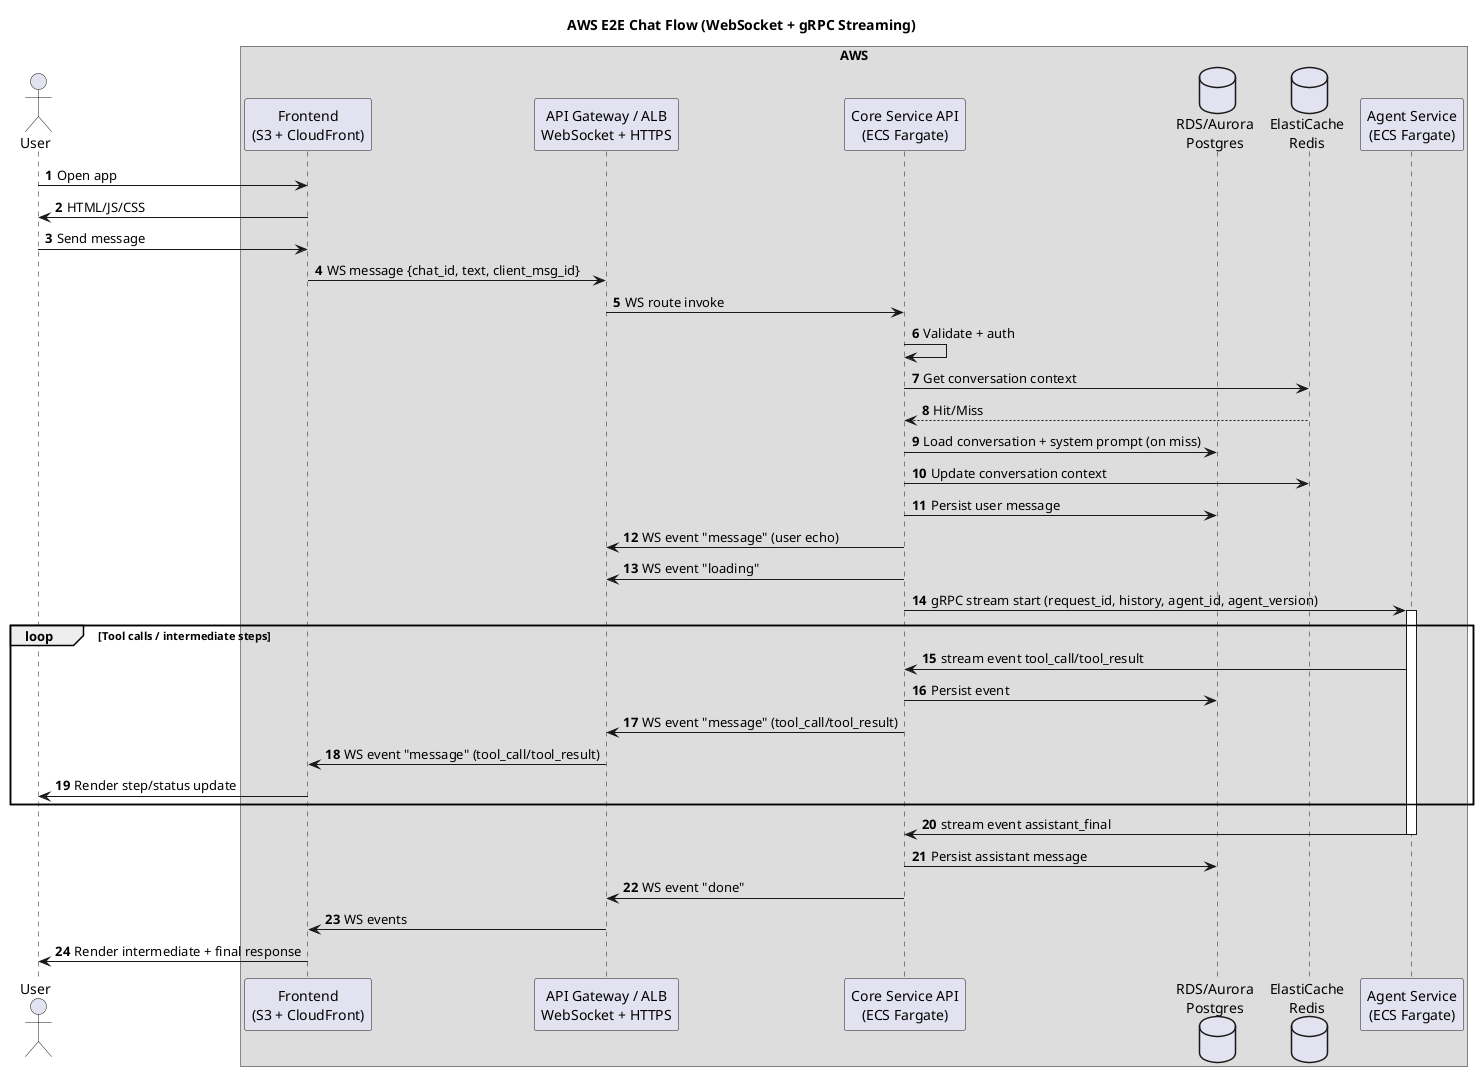
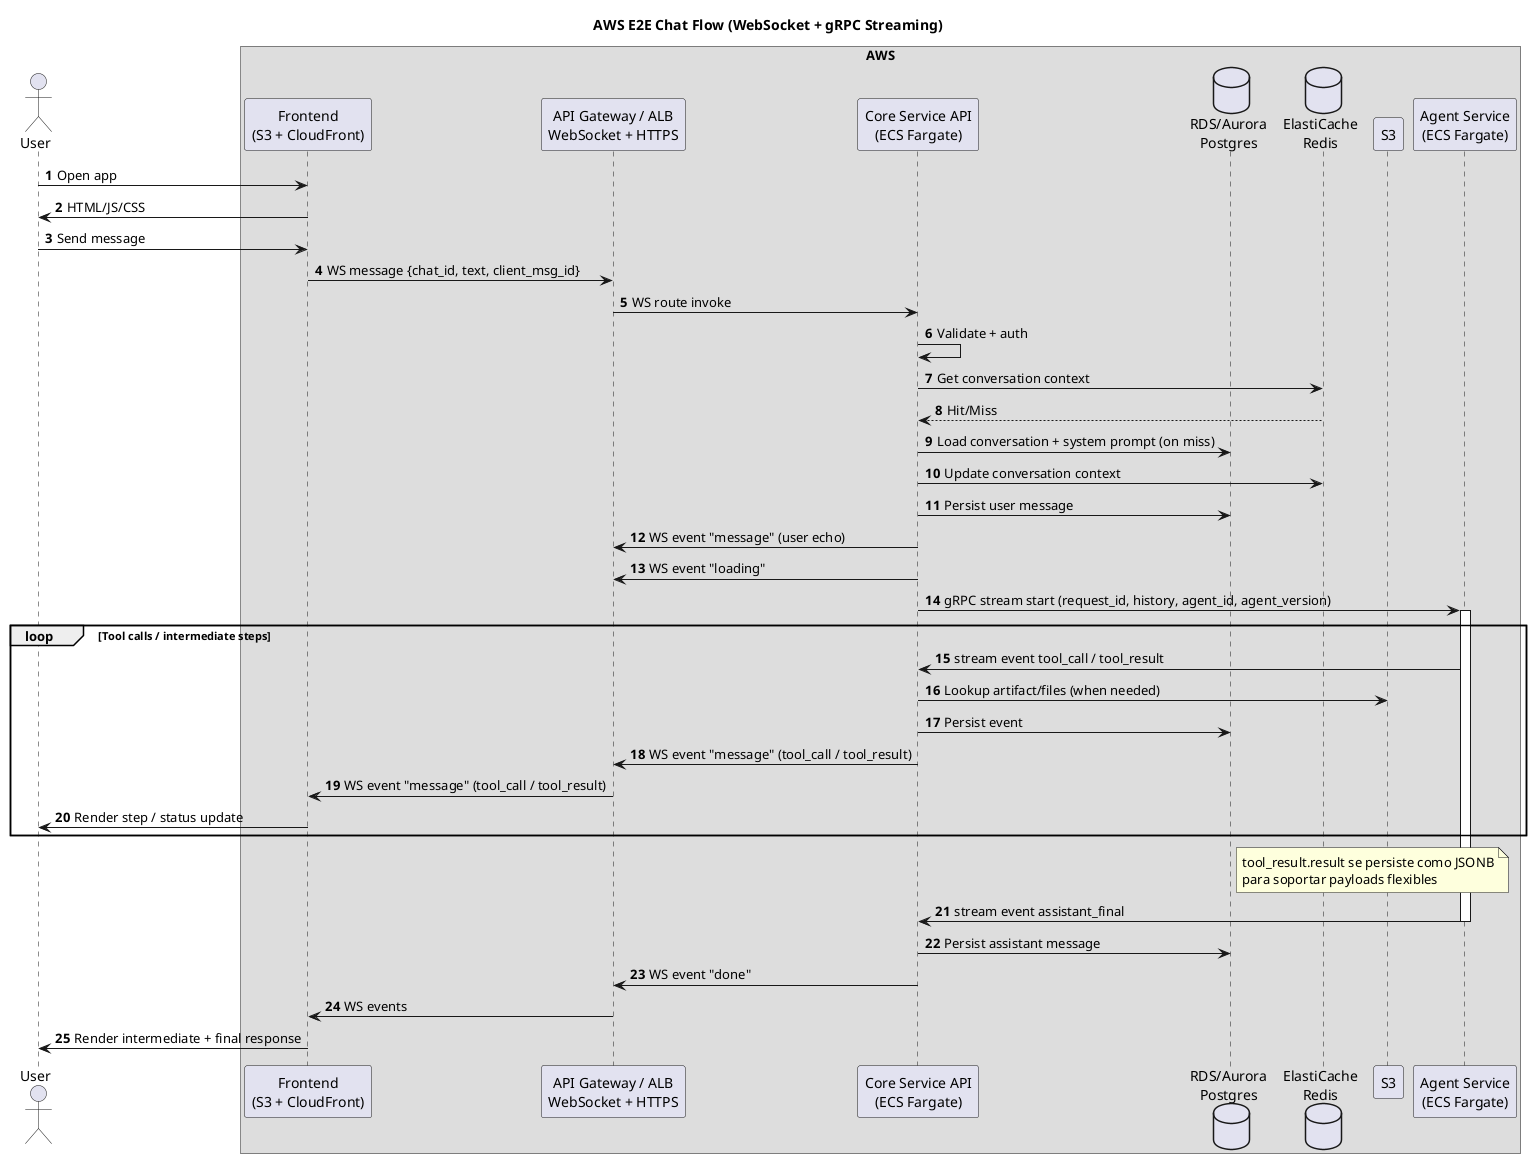
@startuml
title AWS E2E Chat Flow (WebSocket + gRPC Streaming)
autonumber

actor User
+ 
box "AWS"
participant "Frontend\n(S3 + CloudFront)" as FE
participant "API Gateway / ALB\nWebSocket + HTTPS" as APIGW
participant "Core Service API\n(ECS Fargate)" as ChatSvc
database "RDS/Aurora\nPostgres" as DB
database "ElastiCache\nRedis" as Cache
+ participant "S3" as S3
participant "Agent Service\n(ECS Fargate)" as Agent
end box

User -> FE: Open app
FE -> User: HTML/JS/CSS

User -> FE: Send message
FE -> APIGW: WS message {chat_id, text, client_msg_id}
APIGW -> ChatSvc: WS route invoke

ChatSvc -> ChatSvc: Validate + auth
ChatSvc -> Cache: Get conversation context
Cache --> ChatSvc: Hit/Miss
ChatSvc -> DB: Load conversation + system prompt (on miss)
ChatSvc -> Cache: Update conversation context
ChatSvc -> DB: Persist user message
ChatSvc -> APIGW: WS event "message" (user echo)
ChatSvc -> APIGW: WS event "loading"

ChatSvc -> Agent: gRPC stream start (request_id, history, agent_id, agent_version)
activate Agent

loop Tool calls / intermediate steps
-   Agent -> ChatSvc: stream event tool_call/tool_result
+   Agent -> ChatSvc: stream event tool_call / tool_result
+   ChatSvc -> S3: Lookup artifact/files (when needed)
  ChatSvc -> DB: Persist event
-   ChatSvc -> APIGW: WS event "message" (tool_call/tool_result)
-   APIGW -> FE: WS event "message" (tool_call/tool_result)
-   FE -> User: Render step/status update
+   ChatSvc -> APIGW: WS event "message" (tool_call / tool_result)
+   APIGW -> FE: WS event "message" (tool_call / tool_result)
+   FE -> User: Render step / status update
end
+ 
+ note right of DB
+   tool_result.result se persiste como JSONB
+   para soportar payloads flexibles
+ end note

Agent -> ChatSvc: stream event assistant_final
deactivate Agent
ChatSvc -> DB: Persist assistant message
ChatSvc -> APIGW: WS event "done"

APIGW -> FE: WS events
FE -> User: Render intermediate + final response

@enduml
